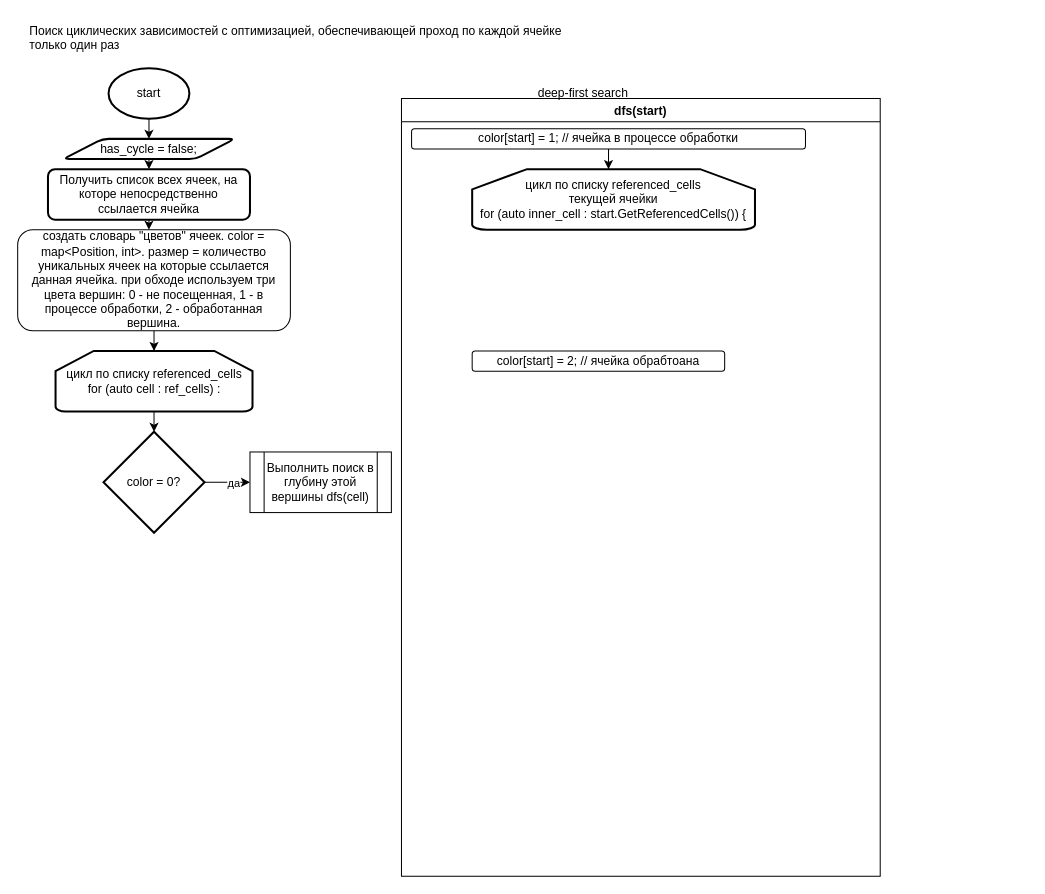
rokker1/yp-excel keeps this draw.io diagram as ast/cyclic_dependencies.drawio. Above is the earlier version. Source tidied: cells renumbered, new cells numbered last; positions are measured from the earlier drawing's top-left corner, leaving out a move shared by most shapes. Both pictures are drawn from the tidied source at 101%, with x=0, y=0 at pixel (17, 17).
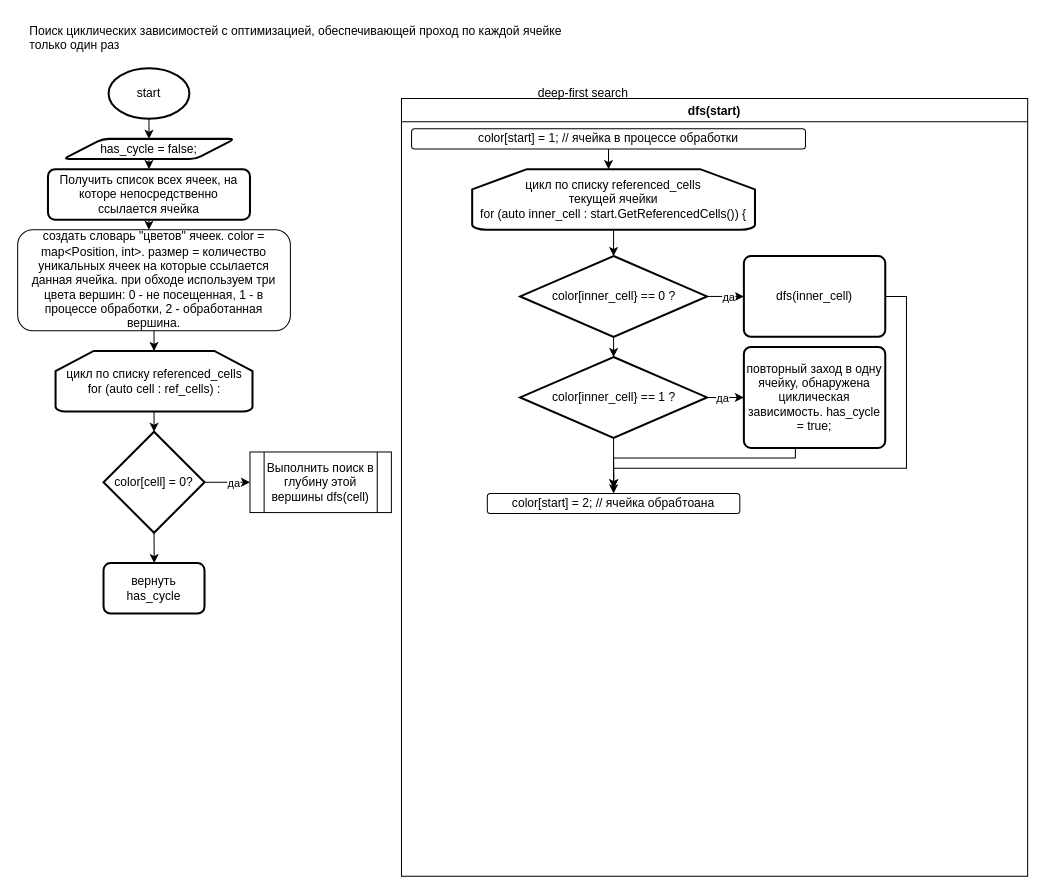
Above is the later version.

Unchanged cells that the change refers to:
```xml
<mxCell id="20" value="цикл по списку referenced_cells&lt;br&gt;&lt;div&gt;текущей ячейки &lt;br&gt;&lt;/div&gt;&lt;div&gt;for (auto inner_cell : start.GetReferencedCells()) {&lt;br&gt;&lt;/div&gt;" style="strokeWidth=2;html=1;shape=mxgraph.flowchart.loop_limit;whiteSpace=wrap;" parent="17" vertex="1">
  <mxGeometry x="70" y="70" width="280" height="60" as="geometry" />
</mxCell>
```

Diff of the diagram source:
```diff
@@
+    <mxCell id="23" style="edgeStyle=orthogonalEdgeStyle;rounded=0;jettySize=auto;html=1;exitX=0.5;exitY=1;exitDx=0;exitDy=0;exitPerimeter=0;" parent="1" edge="1" source="13">
+      <mxGeometry relative="1" as="geometry">
+        <mxPoint x="135.2" y="540" as="targetPoint" />
+      </mxGeometry>
+    </mxCell>
-    <mxCell id="13" value="color = 0?" style="strokeWidth=2;html=1;shape=mxgraph.flowchart.decision;whiteSpace=wrap;" parent="1" vertex="1">
+    <mxCell id="13" value="color[cell] = 0?" style="strokeWidth=2;html=1;shape=mxgraph.flowchart.decision;whiteSpace=wrap;" parent="1" vertex="1">
       <mxGeometry x="85" y="410" width="100" height="100" as="geometry" />
     </mxCell>
@@
     <mxCell id="17" value="dfs(start)" style="swimlane;" parent="1" vertex="1">
-      <mxGeometry x="380" y="80" width="474" height="770" as="geometry" />
+      <mxGeometry x="380" y="80" width="620" height="770" as="geometry" />
     </mxCell>
@@
+    <mxCell id="24" style="edgeStyle=orthogonalEdgeStyle;rounded=0;jettySize=auto;html=1;exitX=0.5;exitY=1;exitDx=0;exitDy=0;exitPerimeter=0;entryX=0.5;entryY=0;entryDx=0;entryDy=0;entryPerimeter=0;" parent="17" edge="1" source="20" target="28">
+      <mxGeometry relative="1" as="geometry" />
+    </mxCell>
@@
     <mxCell id="21" value="color[start] = 2; // ячейка обрабтоана" style="rounded=1;whiteSpace=wrap;html=1;" parent="17" vertex="1">
-      <mxGeometry x="70" y="250" width="250" height="20" as="geometry" />
+      <mxGeometry x="85" y="391" width="250" height="20" as="geometry" />
     </mxCell>
+    <mxCell id="25" style="edgeStyle=orthogonalEdgeStyle;rounded=0;jettySize=auto;html=1;exitX=1;exitY=0.5;exitDx=0;exitDy=0;exitPerimeter=0;entryX=0;entryY=0.5;entryDx=0;entryDy=0;" parent="17" edge="1" source="28" target="34">
+      <mxGeometry relative="1" as="geometry" />
+    </mxCell>
+    <mxCell id="26" value="да" style="edgeLabel;html=1;align=center;verticalAlign=middle;" parent="25" vertex="1">
+      <mxGeometry x="0.14" relative="1" as="geometry" />
+    </mxCell>
+    <mxCell id="27" style="edgeStyle=orthogonalEdgeStyle;rounded=0;jettySize=auto;html=1;exitX=0.5;exitY=1;exitDx=0;exitDy=0;exitPerimeter=0;entryX=0.5;entryY=0;entryDx=0;entryDy=0;entryPerimeter=0;" parent="17" edge="1" source="28" target="31">
+      <mxGeometry relative="1" as="geometry" />
+    </mxCell>
+    <mxCell id="28" value="color[inner_cell} == 0 ?" style="strokeWidth=2;html=1;shape=mxgraph.flowchart.decision;whiteSpace=wrap;" parent="17" vertex="1">
+      <mxGeometry x="117.5" y="156" width="185" height="80" as="geometry" />
+    </mxCell>
+    <mxCell id="29" style="edgeStyle=orthogonalEdgeStyle;rounded=0;jettySize=auto;html=1;entryX=0;entryY=0.5;entryDx=0;entryDy=0;" parent="17" edge="1" source="31" target="32">
+      <mxGeometry relative="1" as="geometry" />
+    </mxCell>
+    <mxCell id="30" value="да" style="edgeLabel;html=1;align=center;verticalAlign=middle;" parent="29" vertex="1">
+      <mxGeometry x="-0.29" relative="1" as="geometry" />
+    </mxCell>
+    <mxCell id="31" value="color[inner_cell} == 1 ?" style="strokeWidth=2;html=1;shape=mxgraph.flowchart.decision;whiteSpace=wrap;" parent="17" vertex="1">
+      <mxGeometry x="117.5" y="256" width="185" height="80" as="geometry" />
+    </mxCell>
+    <mxCell id="32" value="повторный заход в одну ячейку, обнаружена циклическая зависимость. has_cycle = true;" style="rounded=1;whiteSpace=wrap;html=1;absoluteArcSize=1;arcSize=14;strokeWidth=2;" parent="17" vertex="1">
+      <mxGeometry x="339" y="246" width="140" height="100" as="geometry" />
+    </mxCell>
+    <mxCell id="33" style="edgeStyle=orthogonalEdgeStyle;rounded=0;jettySize=auto;html=1;exitX=1;exitY=0.5;exitDx=0;exitDy=0;entryX=0.5;entryY=0;entryDx=0;entryDy=0;" parent="17" edge="1" source="34" target="21">
+      <mxGeometry relative="1" as="geometry">
+        <Array as="points">
+          <mxPoint x="500" y="196" />
+          <mxPoint x="500" y="366" />
+          <mxPoint x="210" y="366" />
+        </Array>
+      </mxGeometry>
+    </mxCell>
+    <mxCell id="34" value="dfs(inner_cell)" style="rounded=1;whiteSpace=wrap;html=1;absoluteArcSize=1;arcSize=14;strokeWidth=2;" parent="17" vertex="1">
+      <mxGeometry x="339" y="156" width="140" height="80" as="geometry" />
+    </mxCell>
@@
+    <mxCell id="35" style="edgeStyle=orthogonalEdgeStyle;rounded=0;jettySize=auto;html=1;" parent="1" edge="1" source="32">
+      <mxGeometry relative="1" as="geometry">
+        <mxPoint x="590" y="466" as="targetPoint" />
+        <Array as="points">
+          <mxPoint x="770" y="436" />
+          <mxPoint x="590" y="436" />
+        </Array>
+      </mxGeometry>
+    </mxCell>
+    <mxCell id="36" style="edgeStyle=orthogonalEdgeStyle;rounded=0;jettySize=auto;html=1;exitX=0.5;exitY=1;exitDx=0;exitDy=0;exitPerimeter=0;" parent="1" edge="1" source="31">
+      <mxGeometry relative="1" as="geometry">
+        <mxPoint x="590.3" y="466" as="targetPoint" />
+      </mxGeometry>
+    </mxCell>
+    <mxCell id="37" value="вернуть has_cycle" style="rounded=1;whiteSpace=wrap;html=1;absoluteArcSize=1;arcSize=14;strokeWidth=2;" parent="1" vertex="1">
+      <mxGeometry x="85" y="540" width="100" height="50" as="geometry" />
+    </mxCell>
```
